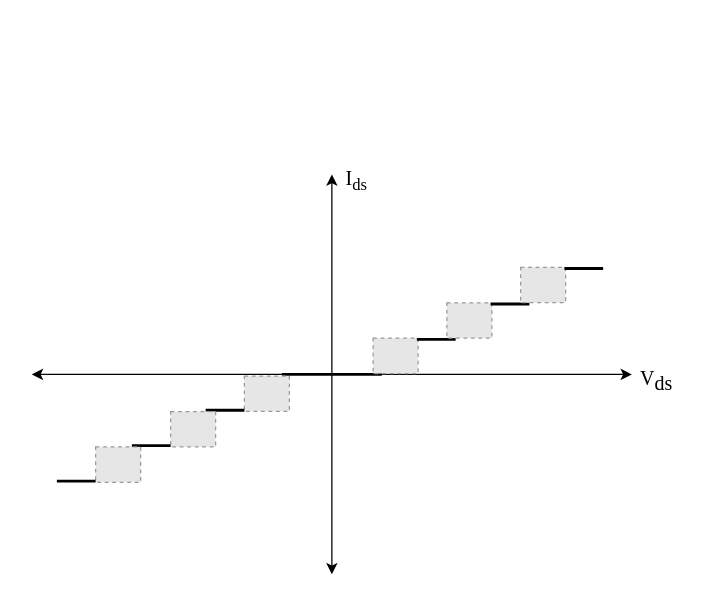
Earlier version of the draw.io diagram IV characteristics.drawio (ChirantanGanguly/single-electron-transistor). Source tidied: cells renumbered, new cells numbered last; positions are measured from the earlier drawing's top-left corner, leaving out a move shared by most shapes. Both pictures are drawn from the tidied source at 125%, with x=0, y=0 at pixel (31, 161). Pictures stored in the file or linked from it are replaced by grey dashed boxes.
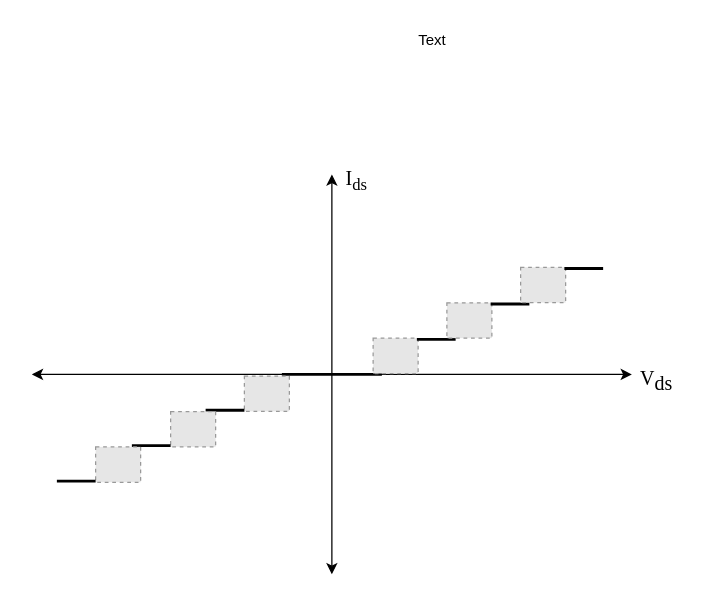
Above is the later version.

Change to the diagram source:
```diff
@@
+    <mxCell id="19" value="Text" style="text;html=1;align=center;verticalAlign=middle;strokeColor=none;fillColor=none;" parent="1" vertex="1">
+      <mxGeometry x="295" y="-112" width="50" height="30" as="geometry" />
+    </mxCell>
```
